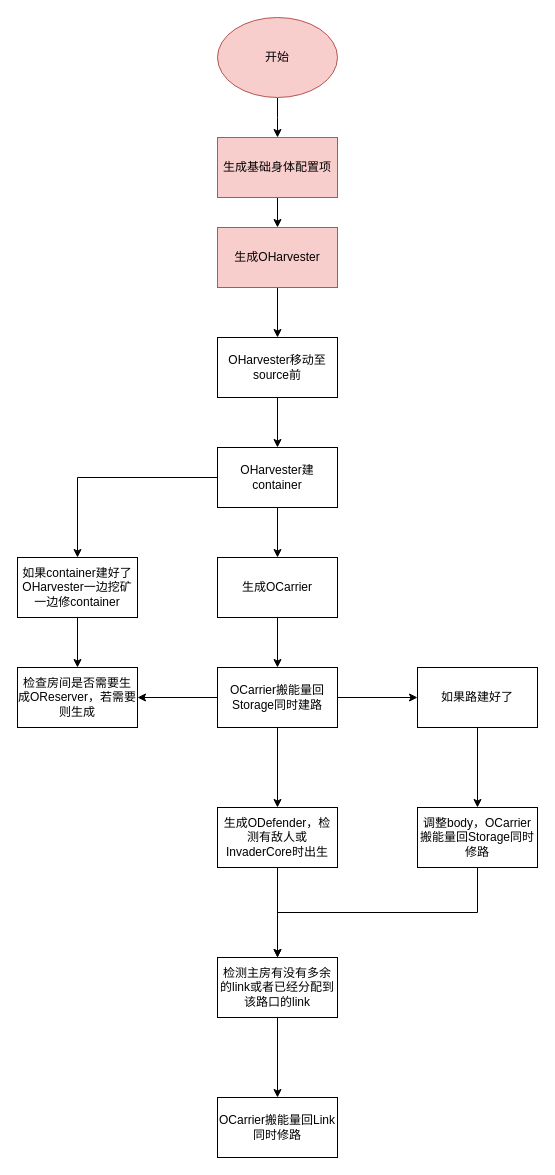
Before: page "外矿任务项目" (2 of 3) of projectFlowChart/AIUreium/outwardsSource/index.drawio in Ureimu/manual-screeps, a draw.io diagram. Source tidied: cells renumbered, new cells numbered last; positions are measured from the earlier drawing's top-left corner, leaving out a move shared by most shapes. Both pictures are drawn from the tidied source at 100%, with x=0, y=0 at pixel (17, 17).
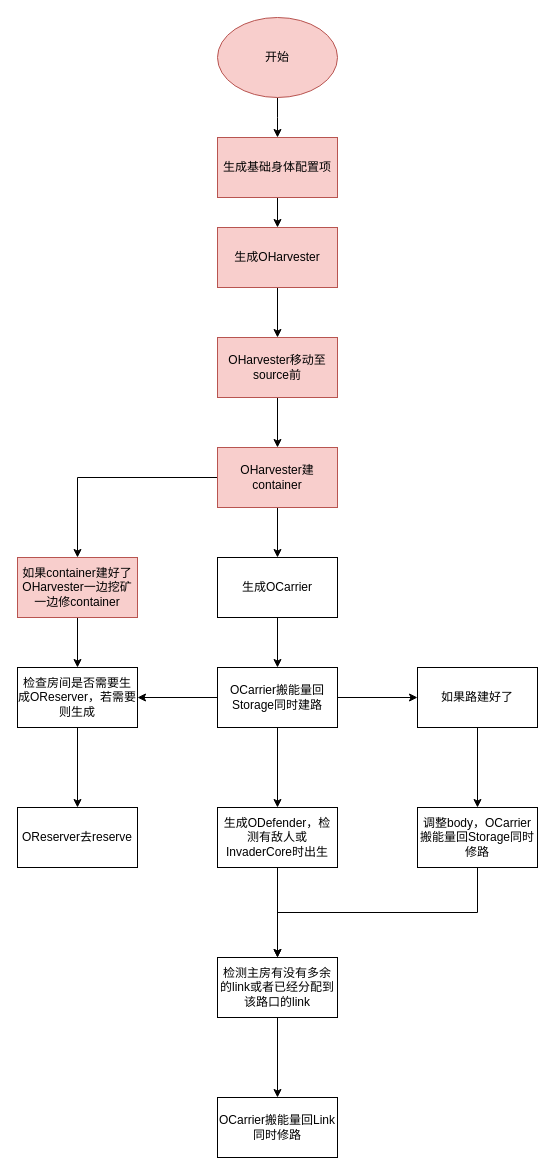
Above is the later version.

The change refers to these unchanged cells:
```xml
<mxCell id="21" value="检查房间是否需要生成OReserver，若需要则生成" style="whiteSpace=wrap;html=1;rounded=0;" parent="1" vertex="1">
  <mxGeometry y="650" width="120" height="60" as="geometry" />
</mxCell>
```

The edit, as a diff of the source:
```diff
@@
-    <mxCell id="16" value="OHarvester建container" style="rounded=0;whiteSpace=wrap;html=1;" parent="1" vertex="1">
+    <mxCell id="16" value="OHarvester建container" style="rounded=0;whiteSpace=wrap;html=1;fillColor=#f8cecc;strokeColor=#b85450;" parent="1" vertex="1">
       <mxGeometry x="200" y="430" width="120" height="60" as="geometry" />
     </mxCell>
@@
-    <mxCell id="18" value="&lt;span&gt;如果container建好了&lt;br&gt;OHarvester一边挖矿一边修container&lt;/span&gt;" style="rounded=0;whiteSpace=wrap;html=1;" parent="1" vertex="1">
+    <mxCell id="18" value="&lt;span&gt;如果container建好了&lt;br&gt;OHarvester一边挖矿一边修container&lt;/span&gt;" style="rounded=0;whiteSpace=wrap;html=1;fillColor=#f8cecc;strokeColor=#b85450;" parent="1" vertex="1">
       <mxGeometry y="540" width="120" height="60" as="geometry" />
     </mxCell>
@@
+    <mxCell id="31" style="edgeStyle=orthogonalEdgeStyle;rounded=0;jettySize=auto;html=1;" parent="1" edge="1" source="21" target="32">
+      <mxGeometry relative="1" as="geometry" />
+    </mxCell>
@@
-    <mxCell id="30" value="&lt;span&gt;OHarvester移动至source前&lt;/span&gt;" style="whiteSpace=wrap;html=1;rounded=0;" parent="1" vertex="1">
+    <mxCell id="30" value="&lt;span&gt;OHarvester移动至source前&lt;/span&gt;" style="whiteSpace=wrap;html=1;rounded=0;fillColor=#f8cecc;strokeColor=#b85450;" parent="1" vertex="1">
       <mxGeometry x="200" y="320" width="120" height="60" as="geometry" />
     </mxCell>
+    <mxCell id="32" value="OReserver去reserve" style="whiteSpace=wrap;html=1;rounded=0;" parent="1" vertex="1">
+      <mxGeometry y="790" width="120" height="60" as="geometry" />
+    </mxCell>
```
